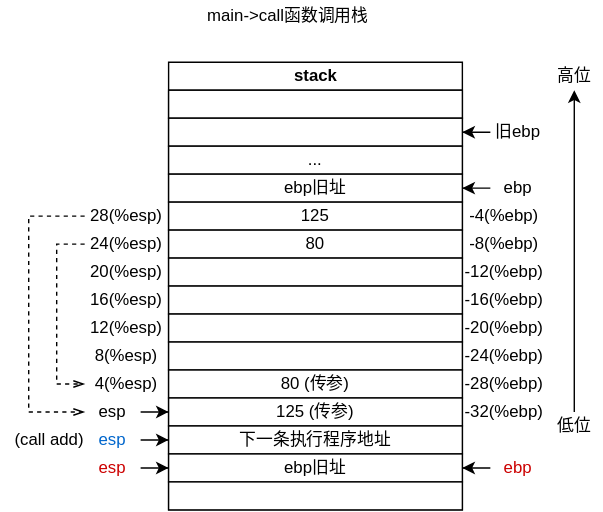
Earlier version of the draw.io export drawio/x86callFunc.drawio.svg (Stolorzs/Picgo). Source tidied: cells renumbered, new cells last; positions are measured from the earlier drawing's top-left corner, leaving out a move shared by most shapes.
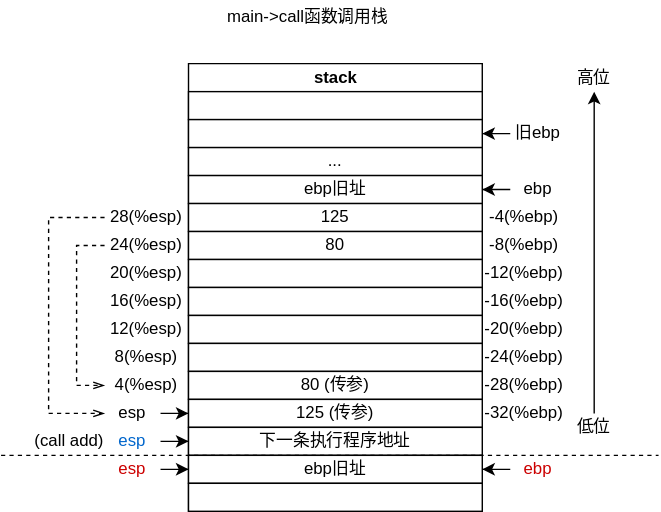
The same diagram one commit later.

Change to the diagram source:
```diff
@@ -168,5 +168,11 @@
     <mxCell id="52" value="&lt;font style=&quot;color: rgb(204, 0, 0);&quot;&gt;esp&lt;/font&gt;" style="text;html=1;align=center;verticalAlign=middle;whiteSpace=wrap;rounded=0;fontColor=#0066CC;" parent="1" vertex="1">
       <mxGeometry x="60" y="325" width="40" height="20" as="geometry" />
     </mxCell>
+    <mxCell id="53" style="endArrow=none;dashed=1;html=1;rounded=0;fontFamily=Helvetica;fontSize=12;fontColor=#0066CC;" parent="1" edge="1">
+      <mxGeometry relative="1" as="geometry">
+        <mxPoint x="-14" y="325" as="sourcePoint" />
+        <mxPoint x="456" y="325" as="targetPoint" />
+      </mxGeometry>
+    </mxCell>
   </root>
 </mxGraphModel>
```
